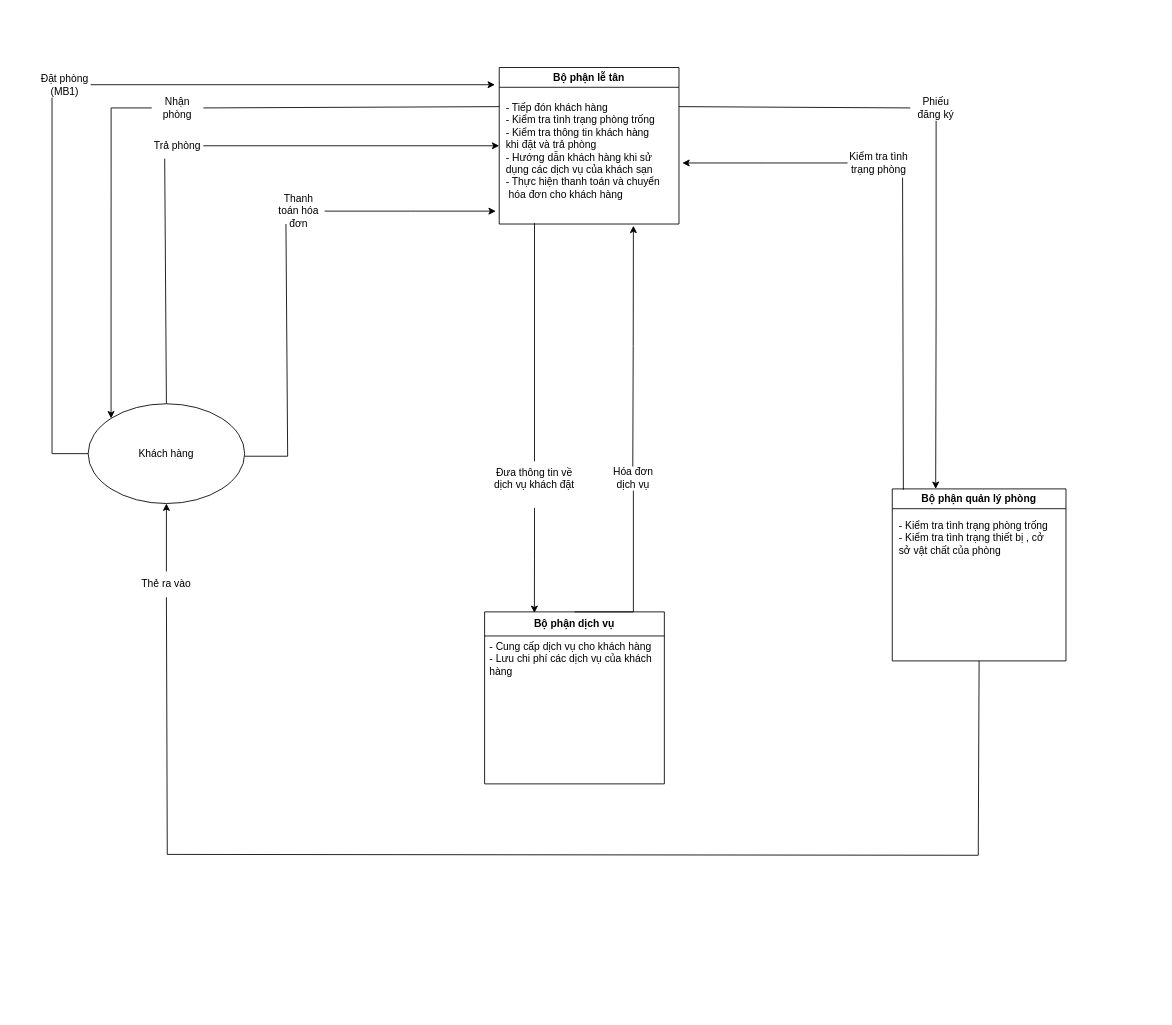
Earlier version of the draw.io diagram Biểu đồ không có tiêu đề.drawio (gakucode0602/Chart). Source tidied: cells renumbered, new cells numbered last; positions are measured from the earlier drawing's top-left corner, leaving out a move shared by most shapes. Both pictures are drawn from the tidied source at 86%, with x=0, y=0 at pixel (39, 67).
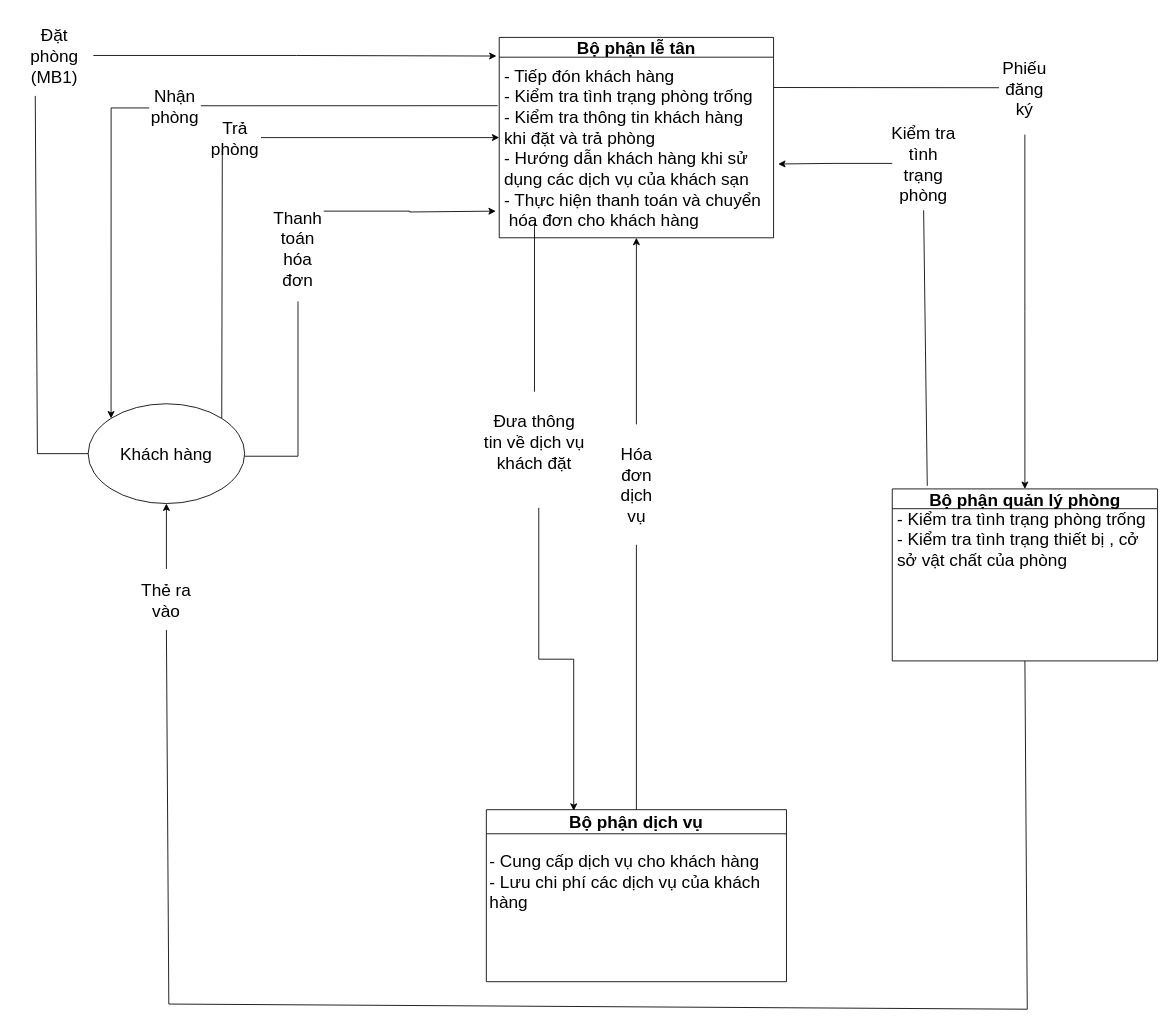
The same page after the edit.

What changed in the source:
```diff
@@
-    <mxCell id="2" value="Khách hàng" style="ellipse;whiteSpace=wrap;html=1;" parent="1" vertex="1">
+    <mxCell id="2" value="Khách hàng" style="ellipse;whiteSpace=wrap;html=1;spacing=0;fontSize=20;" parent="1" vertex="1">
       <mxGeometry x="57" y="391" width="182" height="116" as="geometry" />
     </mxCell>
-    <mxCell id="3" value="Bộ phận lễ tân" style="swimlane;whiteSpace=wrap;html=1;" parent="1" vertex="1">
-      <mxGeometry x="535" width="209" height="182" as="geometry" />
+    <mxCell id="3" value="Bộ phận lễ tân" style="swimlane;whiteSpace=wrap;html=1;spacing=0;fontSize=20;" parent="1" vertex="1">
+      <mxGeometry x="535" y="-35" width="319" height="233" as="geometry" />
     </mxCell>
-    <mxCell id="4" value="- Tiếp đón khách hàng&lt;div&gt;- Kiểm tra tình trạng phòng trống&lt;/div&gt;&lt;div&gt;- Kiểm tra thông tin khách hàng&lt;br&gt;khi đặt và trả phòng&lt;/div&gt;&lt;div&gt;- Hướng dẫn khách hàng khi sử &lt;br&gt;dụng các dịch vụ của khách sạn&lt;/div&gt;&lt;div&gt;- Thực hiện thanh toán và chuyển&lt;br&gt;&amp;nbsp;hóa đơn cho khách hàng&lt;/div&gt;" style="text;html=1;align=left;verticalAlign=middle;points=[];strokeColor=none;fillColor=none;" parent="3" vertex="1">
-      <mxGeometry x="6" y="33" width="197" height="127" as="geometry" />
+    <mxCell id="4" value="- Tiếp đón khách hàng&lt;div style=&quot;font-size: 20px;&quot;&gt;- Kiểm tra tình trạng phòng trống&lt;/div&gt;&lt;div style=&quot;font-size: 20px;&quot;&gt;- Kiểm tra thông tin khách hàng&lt;br style=&quot;font-size: 20px;&quot;&gt;khi đặt và trả phòng&lt;/div&gt;&lt;div style=&quot;font-size: 20px;&quot;&gt;- Hướng dẫn khách hàng khi sử &lt;br style=&quot;font-size: 20px;&quot;&gt;dụng các dịch vụ của khách sạn&lt;/div&gt;&lt;div style=&quot;font-size: 20px;&quot;&gt;- Thực hiện thanh toán và chuyển&lt;br style=&quot;font-size: 20px;&quot;&gt;&amp;nbsp;hóa đơn cho khách hàng&lt;/div&gt;" style="text;html=1;align=left;verticalAlign=middle;points=[];strokeColor=none;fillColor=none;spacing=0;fontSize=20;" parent="3" vertex="1">
+      <mxGeometry x="6" y="28" width="313" height="200" as="geometry" />
     </mxCell>
-    <mxCell id="5" value="Đặt phòng (MB1)" style="text;html=1;align=center;verticalAlign=middle;whiteSpace=wrap;rounded=0;" parent="1" vertex="1">
-      <mxGeometry y="5" width="60" height="30" as="geometry" />
+    <mxCell id="5" value="Đặt phòng (MB1)" style="text;html=1;align=center;verticalAlign=middle;whiteSpace=wrap;rounded=0;spacing=0;fontSize=20;" parent="1" vertex="1">
+      <mxGeometry x="-27" y="-61" width="90" height="94" as="geometry" />
     </mxCell>
-    <mxCell id="6" style="edgeStyle=orthogonalEdgeStyle;rounded=0;jettySize=auto;html=1;entryX=0;entryY=0;entryDx=0;entryDy=0;" parent="1" edge="1" source="7" target="2">
+    <mxCell id="6" style="edgeStyle=orthogonalEdgeStyle;rounded=0;jettySize=auto;html=1;entryX=0;entryY=0;entryDx=0;entryDy=0;spacing=0;fontSize=20;" parent="1" edge="1" source="7" target="2">
       <mxGeometry relative="1" as="geometry">
         <Array as="points">
           <mxPoint x="83" y="47" />
         </Array>
       </mxGeometry>
     </mxCell>
-    <mxCell id="7" value="Nhận phòng" style="text;html=1;align=center;verticalAlign=middle;whiteSpace=wrap;rounded=0;" parent="1" vertex="1">
-      <mxGeometry x="131" y="32" width="60" height="30" as="geometry" />
+    <mxCell id="7" value="Nhận phòng" style="text;html=1;align=center;verticalAlign=middle;whiteSpace=wrap;rounded=0;spacing=0;fontSize=20;" parent="1" vertex="1">
+      <mxGeometry x="128" y="19" width="60" height="51" as="geometry" />
     </mxCell>
-    <mxCell id="8" style="edgeStyle=orthogonalEdgeStyle;rounded=0;jettySize=auto;html=1;entryX=0;entryY=0.5;entryDx=0;entryDy=0;" parent="1" edge="1" source="9" target="3">
+    <mxCell id="8" style="edgeStyle=orthogonalEdgeStyle;rounded=0;jettySize=auto;html=1;entryX=0;entryY=0.5;entryDx=0;entryDy=0;spacing=0;fontSize=20;" parent="1" edge="1" source="9" target="3">
       <mxGeometry relative="1" as="geometry" />
     </mxCell>
-    <mxCell id="9" value="Trả phòng" style="text;html=1;align=center;verticalAlign=middle;whiteSpace=wrap;rounded=0;" parent="1" vertex="1">
-      <mxGeometry x="131" y="76" width="60" height="30" as="geometry" />
+    <mxCell id="9" value="Trả phòng" style="text;html=1;align=center;verticalAlign=middle;whiteSpace=wrap;rounded=0;spacing=0;fontSize=20;" parent="1" vertex="1">
+      <mxGeometry x="198" y="66.5" width="60" height="30" as="geometry" />
     </mxCell>
-    <mxCell id="10" style="edgeStyle=orthogonalEdgeStyle;rounded=0;jettySize=auto;html=1;" parent="1" edge="1" source="11">
+    <mxCell id="10" style="edgeStyle=orthogonalEdgeStyle;rounded=0;jettySize=auto;html=1;spacing=0;fontSize=20;" parent="1" edge="1" source="11">
       <mxGeometry relative="1" as="geometry">
         <mxPoint x="531" y="167" as="targetPoint" />
+        <Array as="points">
+          <mxPoint x="431" y="167" />
+          <mxPoint x="531" y="168" />
+        </Array>
       </mxGeometry>
     </mxCell>
-    <mxCell id="11" value="Thanh toán hóa đơn" style="text;html=1;align=center;verticalAlign=middle;whiteSpace=wrap;rounded=0;" parent="1" vertex="1">
-      <mxGeometry x="272" y="152" width="60" height="30" as="geometry" />
+    <mxCell id="11" value="Thanh toán hóa đơn" style="text;html=1;align=center;verticalAlign=middle;whiteSpace=wrap;rounded=0;spacing=0;fontSize=20;" parent="1" vertex="1">
+      <mxGeometry x="271" y="147" width="60" height="125" as="geometry" />
     </mxCell>
-    <mxCell id="12" value="Bộ phận dịch vụ" style="swimlane;whiteSpace=wrap;html=1;startSize=28;" parent="1" vertex="1">
-      <mxGeometry x="518" y="633" width="209" height="200" as="geometry" />
+    <mxCell id="12" value="Bộ phận dịch vụ" style="swimlane;whiteSpace=wrap;html=1;startSize=28;spacing=0;fontSize=20;" parent="1" vertex="1">
+      <mxGeometry x="520" y="863" width="349" height="200" as="geometry" />
     </mxCell>
-    <mxCell id="13" value="- Cung cấp dịch vụ cho khách hàng&lt;div&gt;- Lưu chi phí các dịch vụ của khách&lt;br&gt;hàng&lt;/div&gt;" style="text;html=1;align=left;verticalAlign=middle;strokeColor=none;fillColor=none;" parent="12" vertex="1">
-      <mxGeometry x="4" y="27" width="207" height="55" as="geometry" />
+    <mxCell id="13" value="- Cung cấp dịch vụ cho khách hàng&lt;div style=&quot;font-size: 20px;&quot;&gt;- Lưu chi phí các dịch vụ của khách&lt;br style=&quot;font-size: 20px;&quot;&gt;hàng&lt;/div&gt;" style="text;html=1;align=left;verticalAlign=middle;strokeColor=none;fillColor=none;spacing=0;fontSize=20;" parent="12" vertex="1">
+      <mxGeometry x="4" y="43" width="329" height="80" as="geometry" />
     </mxCell>
-    <mxCell id="14" value="Bộ phận quản lý phòng" style="swimlane;whiteSpace=wrap;html=1;" parent="1" vertex="1">
-      <mxGeometry x="992" y="490" width="202" height="200" as="geometry" />
+    <mxCell id="14" value="Bộ phận quản lý phòng" style="swimlane;whiteSpace=wrap;html=1;spacing=0;fontSize=20;" parent="1" vertex="1">
+      <mxGeometry x="992" y="490" width="308.5" height="200" as="geometry" />
     </mxCell>
-    <mxCell id="15" value="- Kiểm tra tình trạng phòng trống&lt;div&gt;- Kiểm tra tình trạng thiết bị , cở &lt;br&gt;sở vật chất của phòng&lt;/div&gt;" style="text;html=1;align=left;verticalAlign=middle;strokeColor=none;fillColor=none;" parent="14" vertex="1">
-      <mxGeometry x="5.5" y="29" width="191" height="55" as="geometry" />
+    <mxCell id="15" value="- Kiểm tra tình trạng phòng trống&lt;div style=&quot;font-size: 20px;&quot;&gt;- Kiểm tra tình trạng thiết bị , cở &lt;br style=&quot;font-size: 20px;&quot;&gt;sở vật chất của phòng&lt;/div&gt;" style="text;html=1;align=left;verticalAlign=middle;strokeColor=none;fillColor=none;spacing=0;fontSize=20;" parent="14" vertex="1">
+      <mxGeometry x="5.5" y="18" width="303" height="80" as="geometry" />
     </mxCell>
-    <mxCell id="16" value="Đưa thông tin về dịch vụ khách đặt&lt;div&gt;&lt;br&gt;&lt;/div&gt;" style="text;html=1;align=center;verticalAlign=middle;whiteSpace=wrap;rounded=0;" parent="1" vertex="1">
-      <mxGeometry x="518" y="458" width="116" height="54" as="geometry" />
+    <mxCell id="16" value="Đưa thông tin về dịch vụ khách đặt&lt;div style=&quot;font-size: 20px;&quot;&gt;&lt;br style=&quot;font-size: 20px;&quot;&gt;&lt;/div&gt;" style="text;html=1;align=center;verticalAlign=middle;whiteSpace=wrap;rounded=0;spacing=0;fontSize=20;" parent="1" vertex="1">
+      <mxGeometry x="518" y="377" width="116" height="139" as="geometry" />
     </mxCell>
-    <mxCell id="17" style="edgeStyle=orthogonalEdgeStyle;rounded=0;orthogonalLoop=1;jettySize=auto;html=1;entryX=0.75;entryY=1;entryDx=0;entryDy=0;" parent="1" edge="1">
-      <mxGeometry relative="1" as="geometry">
-        <mxPoint x="690.3" y="464" as="sourcePoint" />
-        <mxPoint x="691" y="184" as="targetPoint" />
-      </mxGeometry>
-    </mxCell>
+    <mxCell id="36" style="edgeStyle=orthogonalEdgeStyle;rounded=0;jettySize=auto;html=1;entryX=0.5;entryY=1;entryDx=0;entryDy=0;" parent="1" edge="1" source="18" target="3">
+      <mxGeometry relative="1" as="geometry" />
+    </mxCell>
-    <mxCell id="18" value="Hóa đơn dịch vụ" style="text;html=1;align=center;verticalAlign=middle;whiteSpace=wrap;rounded=0;rotation=0;" parent="1" vertex="1">
-      <mxGeometry x="661" y="462" width="60" height="30" as="geometry" />
+    <mxCell id="18" value="Hóa đơn dịch vụ" style="text;html=1;align=center;verticalAlign=middle;whiteSpace=wrap;rounded=0;rotation=0;spacing=0;fontSize=20;" parent="1" vertex="1">
+      <mxGeometry x="664.5" y="415" width="60" height="140" as="geometry" />
     </mxCell>
-    <mxCell id="19" style="edgeStyle=orthogonalEdgeStyle;rounded=0;jettySize=auto;html=1;" parent="1" edge="1" source="20">
-      <mxGeometry relative="1" as="geometry">
-        <mxPoint x="747.9" y="111" as="targetPoint" />
-      </mxGeometry>
+    <mxCell id="19" style="edgeStyle=orthogonalEdgeStyle;rounded=0;jettySize=auto;html=1;spacing=0;fontSize=20;entryX=1.017;entryY=0.596;entryDx=0;entryDy=0;entryPerimeter=0;" parent="1" edge="1" source="20" target="4">
+      <mxGeometry relative="1" as="geometry" />
     </mxCell>
-    <mxCell id="20" value="Kiểm tra tình trạng phòng" style="text;html=1;align=center;verticalAlign=middle;whiteSpace=wrap;rounded=0;" parent="1" vertex="1">
-      <mxGeometry x="940" y="86" width="73" height="50" as="geometry" />
+    <mxCell id="20" value="Kiểm tra tình trạng phòng" style="text;html=1;align=center;verticalAlign=middle;whiteSpace=wrap;rounded=0;spacing=0;fontSize=20;" parent="1" vertex="1">
+      <mxGeometry x="992" y="57" width="73" height="109" as="geometry" />
     </mxCell>
-    <mxCell id="21" style="edgeStyle=orthogonalEdgeStyle;rounded=0;jettySize=auto;html=1;entryX=0.25;entryY=0;entryDx=0;entryDy=0;" parent="1" edge="1" source="22" target="14">
+    <mxCell id="21" style="edgeStyle=orthogonalEdgeStyle;rounded=0;jettySize=auto;html=1;entryX=0.5;entryY=0;entryDx=0;entryDy=0;" parent="1" edge="1" source="22" target="14">
       <mxGeometry relative="1" as="geometry" />
     </mxCell>
-    <mxCell id="22" value="Phiếu đăng ký" style="text;html=1;align=center;verticalAlign=middle;whiteSpace=wrap;rounded=0;" parent="1" vertex="1">
-      <mxGeometry x="1013" y="32" width="60" height="30" as="geometry" />
+    <mxCell id="22" value="Phiếu đăng ký" style="text;html=1;align=center;verticalAlign=middle;whiteSpace=wrap;rounded=0;spacing=0;fontSize=20;" parent="1" vertex="1">
+      <mxGeometry x="1116.2" y="-31" width="60" height="109" as="geometry" />
     </mxCell>
-    <mxCell id="23" style="edgeStyle=orthogonalEdgeStyle;rounded=0;jettySize=auto;html=1;entryX=0.5;entryY=1;entryDx=0;entryDy=0;" parent="1" edge="1" source="24" target="2">
+    <mxCell id="23" style="edgeStyle=orthogonalEdgeStyle;rounded=0;jettySize=auto;html=1;entryX=0.5;entryY=1;entryDx=0;entryDy=0;spacing=0;fontSize=20;" parent="1" edge="1" source="24" target="2">
       <mxGeometry relative="1" as="geometry" />
     </mxCell>
-    <mxCell id="24" value="Thẻ ra vào" style="text;html=1;align=center;verticalAlign=middle;whiteSpace=wrap;rounded=0;" parent="1" vertex="1">
-      <mxGeometry x="118" y="586" width="60" height="30" as="geometry" />
+    <mxCell id="24" value="Thẻ ra vào" style="text;html=1;align=center;verticalAlign=middle;whiteSpace=wrap;rounded=0;spacing=0;fontSize=20;" parent="1" vertex="1">
+      <mxGeometry x="118" y="583" width="60" height="71" as="geometry" />
     </mxCell>
-    <mxCell id="25" style="endArrow=none;html=1;rounded=0;entryX=0.5;entryY=1;entryDx=0;entryDy=0;exitX=0.5;exitY=1;exitDx=0;exitDy=0;" parent="1" edge="1" source="24" target="14">
+    <mxCell id="25" style="endArrow=none;html=1;rounded=0;entryX=0.5;entryY=1;entryDx=0;entryDy=0;exitX=0.5;exitY=1;exitDx=0;exitDy=0;spacing=0;fontSize=20;" parent="1" edge="1" source="24" target="14">
       <mxGeometry relative="1" as="geometry">
         <Array as="points">
-          <mxPoint x="149" y="915" />
-          <mxPoint x="1092" y="916" />
+          <mxPoint x="150.8" y="1089" />
+          <mxPoint x="1149" y="1095" />
         </Array>
       </mxGeometry>
     </mxCell>
-    <mxCell id="26" style="endArrow=none;html=1;rounded=0;exitX=0.5;exitY=0;exitDx=0;exitDy=0;" parent="1" edge="1" source="16">
+    <mxCell id="26" style="endArrow=none;html=1;rounded=0;exitX=0.5;exitY=0;exitDx=0;exitDy=0;spacing=0;fontSize=20;" parent="1" edge="1" source="16">
       <mxGeometry relative="1" as="geometry">
         <mxPoint x="576" y="181" as="targetPoint" />
       </mxGeometry>
     </mxCell>
-    <mxCell id="27" style="edgeStyle=orthogonalEdgeStyle;rounded=0;jettySize=auto;html=1;entryX=0.277;entryY=0.006;entryDx=0;entryDy=0;entryPerimeter=0;" parent="1" edge="1" source="16" target="12">
-      <mxGeometry relative="1" as="geometry" />
+    <mxCell id="27" style="edgeStyle=orthogonalEdgeStyle;rounded=0;orthogonalLoop=1;jettySize=auto;html=1;entryX=0.277;entryY=0.006;entryDx=0;entryDy=0;entryPerimeter=0;spacing=0;fontSize=20;" parent="1" edge="1">
+      <mxGeometry relative="1" as="geometry">
+        <mxPoint x="581" y="512" as="sourcePoint" />
+        <mxPoint x="621.6" y="864.2" as="targetPoint" />
+        <Array as="points">
+          <mxPoint x="580.9" y="688" />
+          <mxPoint x="621.9" y="688" />
+        </Array>
+      </mxGeometry>
     </mxCell>
-    <mxCell id="28" style="endArrow=none;html=1;rounded=0;exitX=0.5;exitY=0;exitDx=0;exitDy=0;entryX=0.5;entryY=1;entryDx=0;entryDy=0;" parent="1" edge="1" source="12" target="18">
-      <mxGeometry relative="1" as="geometry">
-        <Array as="points">
-          <mxPoint x="691" y="633" />
-        </Array>
-      </mxGeometry>
-    </mxCell>
-    <mxCell id="29" style="endArrow=none;html=1;rounded=0;entryX=1;entryY=1;entryDx=0;entryDy=0;exitX=0.064;exitY=0.005;exitDx=0;exitDy=0;exitPerimeter=0;" parent="1" edge="1" source="14">
-      <mxGeometry relative="1" as="geometry">
-        <mxPoint x="1004" y="128" as="targetPoint" />
-      </mxGeometry>
+    <mxCell id="29" style="endArrow=none;html=1;rounded=0;exitX=0.132;exitY=-0.018;exitDx=0;exitDy=0;exitPerimeter=0;spacing=0;fontSize=20;entryX=0.5;entryY=1;entryDx=0;entryDy=0;" parent="1" edge="1" source="14" target="20">
+      <mxGeometry relative="1" as="geometry" />
     </mxCell>
-    <mxCell id="30" style="endArrow=none;html=1;rounded=0;exitX=1;exitY=0.25;exitDx=0;exitDy=0;entryX=0;entryY=0.5;entryDx=0;entryDy=0;" parent="1" edge="1" source="3" target="22">
+    <mxCell id="30" style="endArrow=none;html=1;rounded=0;exitX=1;exitY=0.25;exitDx=0;exitDy=0;entryX=0;entryY=0.5;entryDx=0;entryDy=0;spacing=0;fontSize=20;" parent="1" edge="1" source="3" target="22">
       <mxGeometry relative="1" as="geometry" />
     </mxCell>
-    <mxCell id="31" style="endArrow=none;html=1;rounded=0;entryX=0.25;entryY=1;entryDx=0;entryDy=0;" parent="1" edge="1" target="11">
+    <mxCell id="31" style="endArrow=none;html=1;rounded=0;entryX=0.5;entryY=1;entryDx=0;entryDy=0;spacing=0;fontSize=20;" parent="1" edge="1" target="11">
       <mxGeometry relative="1" as="geometry">
         <mxPoint x="239" y="452" as="sourcePoint" />
         <Array as="points">
-          <mxPoint x="289" y="452" />
+          <mxPoint x="301" y="452" />
         </Array>
       </mxGeometry>
     </mxCell>
-    <mxCell id="32" style="endArrow=none;html=1;rounded=0;entryX=0.25;entryY=1;entryDx=0;entryDy=0;exitX=0.5;exitY=0;exitDx=0;exitDy=0;" parent="1" edge="1" source="2" target="9">
+    <mxCell id="32" style="endArrow=none;html=1;rounded=0;entryX=0.25;entryY=1;entryDx=0;entryDy=0;spacing=0;fontSize=20;exitX=1;exitY=0;exitDx=0;exitDy=0;" parent="1" edge="1" source="2" target="9">
       <mxGeometry relative="1" as="geometry" />
     </mxCell>
-    <mxCell id="33" style="endArrow=none;html=1;rounded=0;entryX=0;entryY=0.25;entryDx=0;entryDy=0;exitX=1;exitY=0.5;exitDx=0;exitDy=0;" parent="1" edge="1" source="7" target="3">
+    <mxCell id="33" style="endArrow=none;html=1;rounded=0;exitX=1;exitY=0.5;exitDx=0;exitDy=0;spacing=0;fontSize=20;entryX=-0.025;entryY=0.257;entryDx=0;entryDy=0;entryPerimeter=0;" parent="1" edge="1" source="7" target="4">
       <mxGeometry relative="1" as="geometry" />
     </mxCell>
-    <mxCell id="34" style="edgeStyle=orthogonalEdgeStyle;rounded=0;jettySize=auto;html=1;entryX=-0.024;entryY=0.11;entryDx=0;entryDy=0;entryPerimeter=0;" parent="1" edge="1" source="5" target="3">
+    <mxCell id="34" style="edgeStyle=orthogonalEdgeStyle;rounded=0;jettySize=auto;html=1;entryX=-0.01;entryY=0.093;entryDx=0;entryDy=0;entryPerimeter=0;spacing=0;fontSize=20;" parent="1" edge="1" source="5" target="3">
       <mxGeometry relative="1" as="geometry" />
     </mxCell>
-    <mxCell id="35" style="endArrow=none;html=1;rounded=0;entryX=0;entryY=0.5;entryDx=0;entryDy=0;exitX=0.25;exitY=1;exitDx=0;exitDy=0;" parent="1" edge="1" source="5" target="2">
+    <mxCell id="35" style="endArrow=none;html=1;rounded=0;entryX=0;entryY=0.5;entryDx=0;entryDy=0;exitX=0.25;exitY=1;exitDx=0;exitDy=0;spacing=0;fontSize=20;" parent="1" edge="1" source="5" target="2">
       <mxGeometry relative="1" as="geometry">
         <Array as="points">
-          <mxPoint x="15" y="449" />
+          <mxPoint x="-2" y="449" />
         </Array>
       </mxGeometry>
     </mxCell>
+    <mxCell id="28" style="endArrow=none;html=1;rounded=0;entryX=0.5;entryY=1;entryDx=0;entryDy=0;exitX=0.5;exitY=0;exitDx=0;exitDy=0;" parent="1" edge="1" source="12" target="18">
+      <mxGeometry relative="1" as="geometry" />
+    </mxCell>
```
